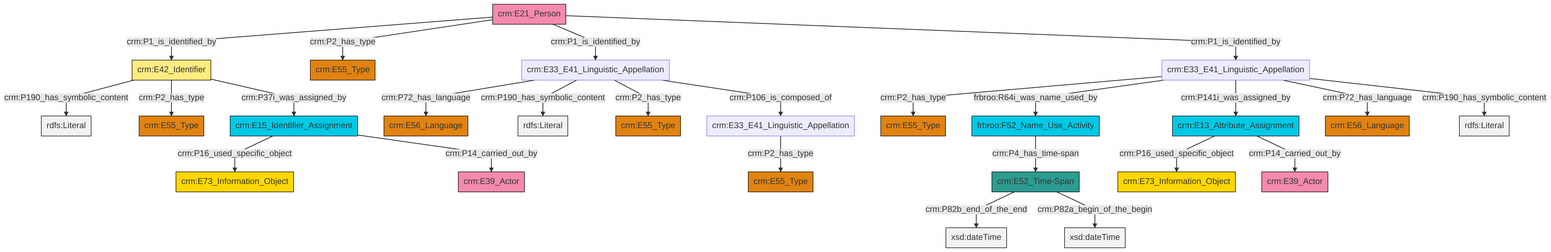
Before: et/personCSV/ttl/mmd/png/Person_Names_and_Classification.png, a diagram exported from Mermaid (swiss-art-research-net/reference-data-models). Its source is kept beside it as et/personCSV/ttl/mmd/Person_Names_and_Classification.ttl.mmd.
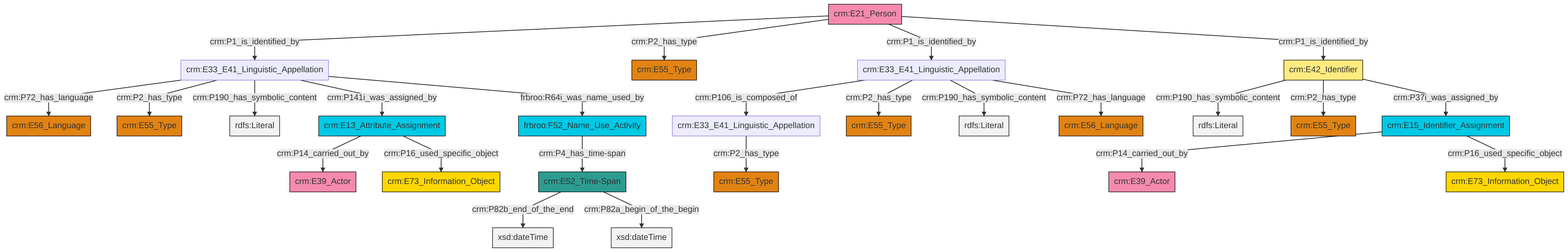
Above is the later version.

What changed in the source:
```diff
@@ -13,27 +13,27 @@
 classDef PC_Classes fill:#4ce600, stroke:#000000;
 classDef Multi fill:#cccccc,stroke:#000000;
 
-4["crm:E15_Identifier_Assignment"]:::Temporal_Entity -->|crm:P16_used_specific_object| 0["crm:E73_Information_Object"]:::Conceptual_Object
-5["crm:E42_Identifier"]:::Appellation -->|crm:P190_has_symbolic_content| 6[rdfs:Literal]:::Literal
-7["crm:E33_E41_Linguistic_Appellation"]:::Default -->|crm:P2_has_type| 2["crm:E55_Type"]:::Type
-11["crm:E21_Person"]:::Actor -->|crm:P1_is_identified_by| 5["crm:E42_Identifier"]:::Appellation
-7["crm:E33_E41_Linguistic_Appellation"]:::Default -->|frbroo:R64i_was_name_used_by| 12["frbroo:F52_Name_Use_Activity"]:::Temporal_Entity
-11["crm:E21_Person"]:::Actor -->|crm:P2_has_type| 13["crm:E55_Type"]:::Type
-14["crm:E33_E41_Linguistic_Appellation"]:::Default -->|crm:P2_has_type| 15["crm:E55_Type"]:::Type
-4["crm:E15_Identifier_Assignment"]:::Temporal_Entity -->|crm:P14_carried_out_by| 18["crm:E39_Actor"]:::Actor
-19["crm:E52_Time-Span"]:::Time-Span -->|crm:P82b_end_of_the_end| 20[xsd:dateTime]:::Literal
-7["crm:E33_E41_Linguistic_Appellation"]:::Default -->|crm:P141i_was_assigned_by| 16["crm:E13_Attribute_Assignment"]:::Temporal_Entity
-5["crm:E42_Identifier"]:::Appellation -->|crm:P2_has_type| 24["crm:E55_Type"]:::Type
-7["crm:E33_E41_Linguistic_Appellation"]:::Default -->|crm:P72_has_language| 26["crm:E56_Language"]:::Type
-7["crm:E33_E41_Linguistic_Appellation"]:::Default -->|crm:P190_has_symbolic_content| 30[rdfs:Literal]:::Literal
-11["crm:E21_Person"]:::Actor -->|crm:P1_is_identified_by| 35["crm:E33_E41_Linguistic_Appellation"]:::Default
-16["crm:E13_Attribute_Assignment"]:::Temporal_Entity -->|crm:P16_used_specific_object| 36["crm:E73_Information_Object"]:::Conceptual_Object
-35["crm:E33_E41_Linguistic_Appellation"]:::Default -->|crm:P72_has_language| 27["crm:E56_Language"]:::Type
-16["crm:E13_Attribute_Assignment"]:::Temporal_Entity -->|crm:P14_carried_out_by| 8["crm:E39_Actor"]:::Actor
-35["crm:E33_E41_Linguistic_Appellation"]:::Default -->|crm:P190_has_symbolic_content| 39[rdfs:Literal]:::Literal
-35["crm:E33_E41_Linguistic_Appellation"]:::Default -->|crm:P2_has_type| 22["crm:E55_Type"]:::Type
-5["crm:E42_Identifier"]:::Appellation -->|crm:P37i_was_assigned_by| 4["crm:E15_Identifier_Assignment"]:::Temporal_Entity
-12["frbroo:F52_Name_Use_Activity"]:::Temporal_Entity -->|crm:P4_has_time-span| 19["crm:E52_Time-Span"]:::Time-Span
-19["crm:E52_Time-Span"]:::Time-Span -->|crm:P82a_begin_of_the_begin| 42[xsd:dateTime]:::Literal
-35["crm:E33_E41_Linguistic_Appellation"]:::Default -->|crm:P106_is_composed_of| 14["crm:E33_E41_Linguistic_Appellation"]:::Default
-11["crm:E21_Person"]:::Actor -->|crm:P1_is_identified_by| 7["crm:E33_E41_Linguistic_Appellation"]:::Default
+6["crm:E33_E41_Linguistic_Appellation"]:::Default -->|crm:P72_has_language| 7["crm:E56_Language"]:::Type
+9["crm:E33_E41_Linguistic_Appellation"]:::Default -->|crm:P106_is_composed_of| 0["crm:E33_E41_Linguistic_Appellation"]:::Default
+6["crm:E33_E41_Linguistic_Appellation"]:::Default -->|crm:P2_has_type| 14["crm:E55_Type"]:::Type
+15["crm:E13_Attribute_Assignment"]:::Temporal_Entity -->|crm:P14_carried_out_by| 16["crm:E39_Actor"]:::Actor
+19["crm:E42_Identifier"]:::Appellation -->|crm:P190_has_symbolic_content| 20[rdfs:Literal]:::Literal
+0["crm:E33_E41_Linguistic_Appellation"]:::Default -->|crm:P2_has_type| 21["crm:E55_Type"]:::Type
+17["crm:E15_Identifier_Assignment"]:::Temporal_Entity -->|crm:P14_carried_out_by| 22["crm:E39_Actor"]:::Actor
+10["crm:E21_Person"]:::Actor -->|crm:P1_is_identified_by| 6["crm:E33_E41_Linguistic_Appellation"]:::Default
+9["crm:E33_E41_Linguistic_Appellation"]:::Default -->|crm:P2_has_type| 23["crm:E55_Type"]:::Type
+10["crm:E21_Person"]:::Actor -->|crm:P2_has_type| 25["crm:E55_Type"]:::Type
+17["crm:E15_Identifier_Assignment"]:::Temporal_Entity -->|crm:P16_used_specific_object| 2["crm:E73_Information_Object"]:::Conceptual_Object
+9["crm:E33_E41_Linguistic_Appellation"]:::Default -->|crm:P190_has_symbolic_content| 27[rdfs:Literal]:::Literal
+29["frbroo:F52_Name_Use_Activity"]:::Temporal_Entity -->|crm:P4_has_time-span| 4["crm:E52_Time-Span"]:::Time-Span
+9["crm:E33_E41_Linguistic_Appellation"]:::Default -->|crm:P72_has_language| 30["crm:E56_Language"]:::Type
+15["crm:E13_Attribute_Assignment"]:::Temporal_Entity -->|crm:P16_used_specific_object| 12["crm:E73_Information_Object"]:::Conceptual_Object
+6["crm:E33_E41_Linguistic_Appellation"]:::Default -->|crm:P190_has_symbolic_content| 31[rdfs:Literal]:::Literal
+19["crm:E42_Identifier"]:::Appellation -->|crm:P2_has_type| 32["crm:E55_Type"]:::Type
+19["crm:E42_Identifier"]:::Appellation -->|crm:P37i_was_assigned_by| 17["crm:E15_Identifier_Assignment"]:::Temporal_Entity
+4["crm:E52_Time-Span"]:::Time-Span -->|crm:P82b_end_of_the_end| 38[xsd:dateTime]:::Literal
+6["crm:E33_E41_Linguistic_Appellation"]:::Default -->|crm:P141i_was_assigned_by| 15["crm:E13_Attribute_Assignment"]:::Temporal_Entity
+10["crm:E21_Person"]:::Actor -->|crm:P1_is_identified_by| 9["crm:E33_E41_Linguistic_Appellation"]:::Default
+6["crm:E33_E41_Linguistic_Appellation"]:::Default -->|frbroo:R64i_was_name_used_by| 29["frbroo:F52_Name_Use_Activity"]:::Temporal_Entity
+4["crm:E52_Time-Span"]:::Time-Span -->|crm:P82a_begin_of_the_begin| 43[xsd:dateTime]:::Literal
+10["crm:E21_Person"]:::Actor -->|crm:P1_is_identified_by| 19["crm:E42_Identifier"]:::Appellation
```
